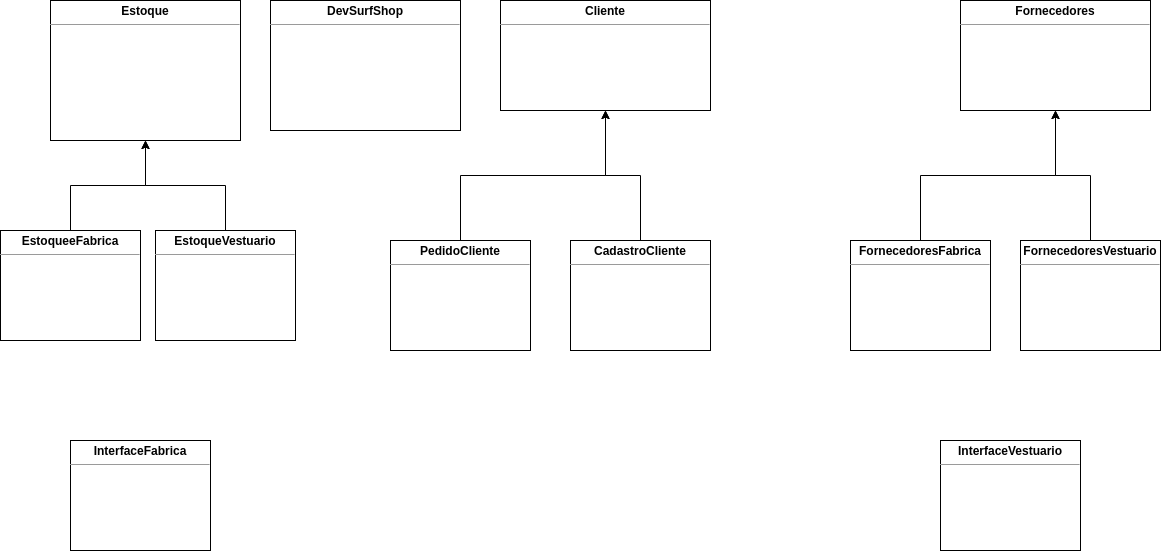
This is Untitled Diagram.drawio.png from caionps/DevSurfShop, a draw.io export, as it was before one commit. Source tidied: cells renumbered, new cells last; positions are measured from the earlier drawing's top-left corner, leaving out a move shared by most shapes.
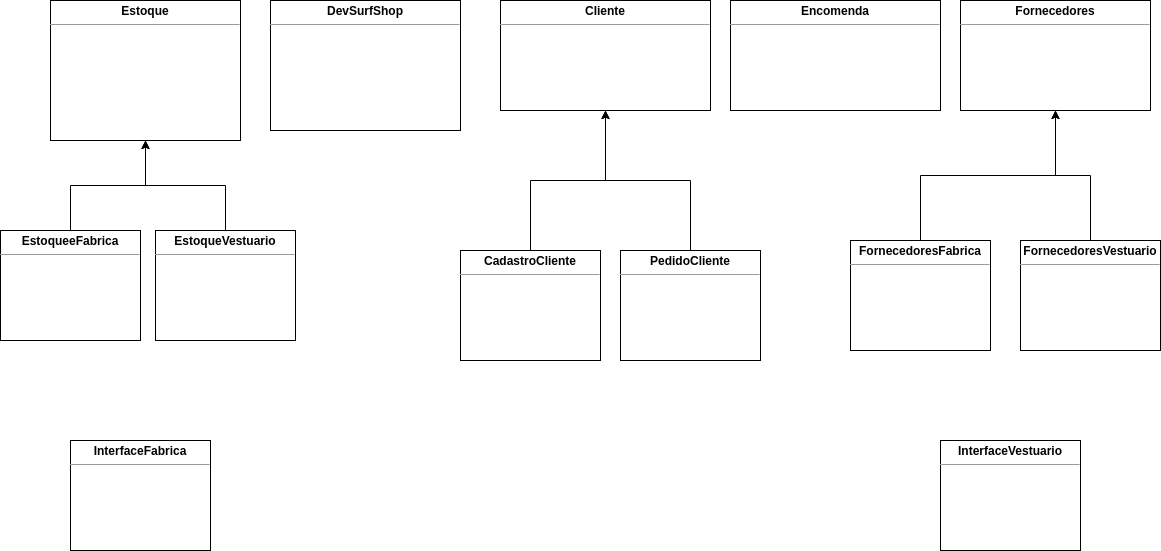
Later version of the same file.

What changed in the source:
```diff
@@ -30,13 +30,13 @@
       <mxGeometry relative="1" as="geometry" />
     </mxCell>
     <mxCell id="11" value="&lt;p style=&quot;margin: 0px ; margin-top: 4px ; text-align: center&quot;&gt;&lt;b&gt;PedidoCliente&lt;/b&gt;&lt;/p&gt;&lt;hr size=&quot;1&quot;&gt;&lt;p style=&quot;margin: 0px ; margin-left: 4px&quot;&gt;&lt;br&gt;&lt;/p&gt;" style="verticalAlign=top;align=left;overflow=fill;fontSize=12;fontFamily=Helvetica;html=1;" parent="1" vertex="1">
-      <mxGeometry x="390" y="240" width="140" height="110" as="geometry" />
+      <mxGeometry x="620" y="250" width="140" height="110" as="geometry" />
     </mxCell>
     <mxCell id="12" style="edgeStyle=orthogonalEdgeStyle;rounded=0;jettySize=auto;html=1;exitX=0.5;exitY=0;exitDx=0;exitDy=0;entryX=0.5;entryY=1;entryDx=0;entryDy=0;" parent="1" edge="1" source="13" target="4">
       <mxGeometry relative="1" as="geometry" />
     </mxCell>
     <mxCell id="13" value="&lt;p style=&quot;margin: 0px ; margin-top: 4px ; text-align: center&quot;&gt;&lt;b&gt;CadastroCliente&lt;/b&gt;&lt;/p&gt;&lt;hr size=&quot;1&quot;&gt;&lt;p style=&quot;margin: 0px ; margin-left: 4px&quot;&gt;&lt;br&gt;&lt;/p&gt;" style="verticalAlign=top;align=left;overflow=fill;fontSize=12;fontFamily=Helvetica;html=1;" parent="1" vertex="1">
-      <mxGeometry x="570" y="240" width="140" height="110" as="geometry" />
+      <mxGeometry x="460" y="250" width="140" height="110" as="geometry" />
     </mxCell>
     <mxCell id="14" style="edgeStyle=orthogonalEdgeStyle;rounded=0;jettySize=auto;html=1;exitX=0.5;exitY=0;exitDx=0;exitDy=0;" parent="1" edge="1" source="15" target="5">
       <mxGeometry relative="1" as="geometry" />
@@ -56,5 +56,8 @@
     <mxCell id="19" value="&lt;p style=&quot;margin: 0px ; margin-top: 4px ; text-align: center&quot;&gt;&lt;b&gt;InterfaceVestuario&lt;/b&gt;&lt;/p&gt;&lt;hr size=&quot;1&quot;&gt;&lt;p style=&quot;margin: 0px ; margin-left: 4px&quot;&gt;&lt;br&gt;&lt;/p&gt;" style="verticalAlign=top;align=left;overflow=fill;fontSize=12;fontFamily=Helvetica;html=1;" parent="1" vertex="1">
       <mxGeometry x="940" y="440" width="140" height="110" as="geometry" />
     </mxCell>
+    <mxCell id="20" value="&lt;p style=&quot;margin: 0px ; margin-top: 4px ; text-align: center&quot;&gt;&lt;b&gt;Encomenda&lt;/b&gt;&lt;/p&gt;&lt;hr size=&quot;1&quot;&gt;&lt;p style=&quot;margin: 0px ; margin-left: 4px&quot;&gt;&lt;br&gt;&lt;/p&gt;" style="verticalAlign=top;align=left;overflow=fill;fontSize=12;fontFamily=Helvetica;html=1;" parent="1" vertex="1">
+      <mxGeometry x="730" width="210" height="110" as="geometry" />
+    </mxCell>
   </root>
 </mxGraphModel>
```
